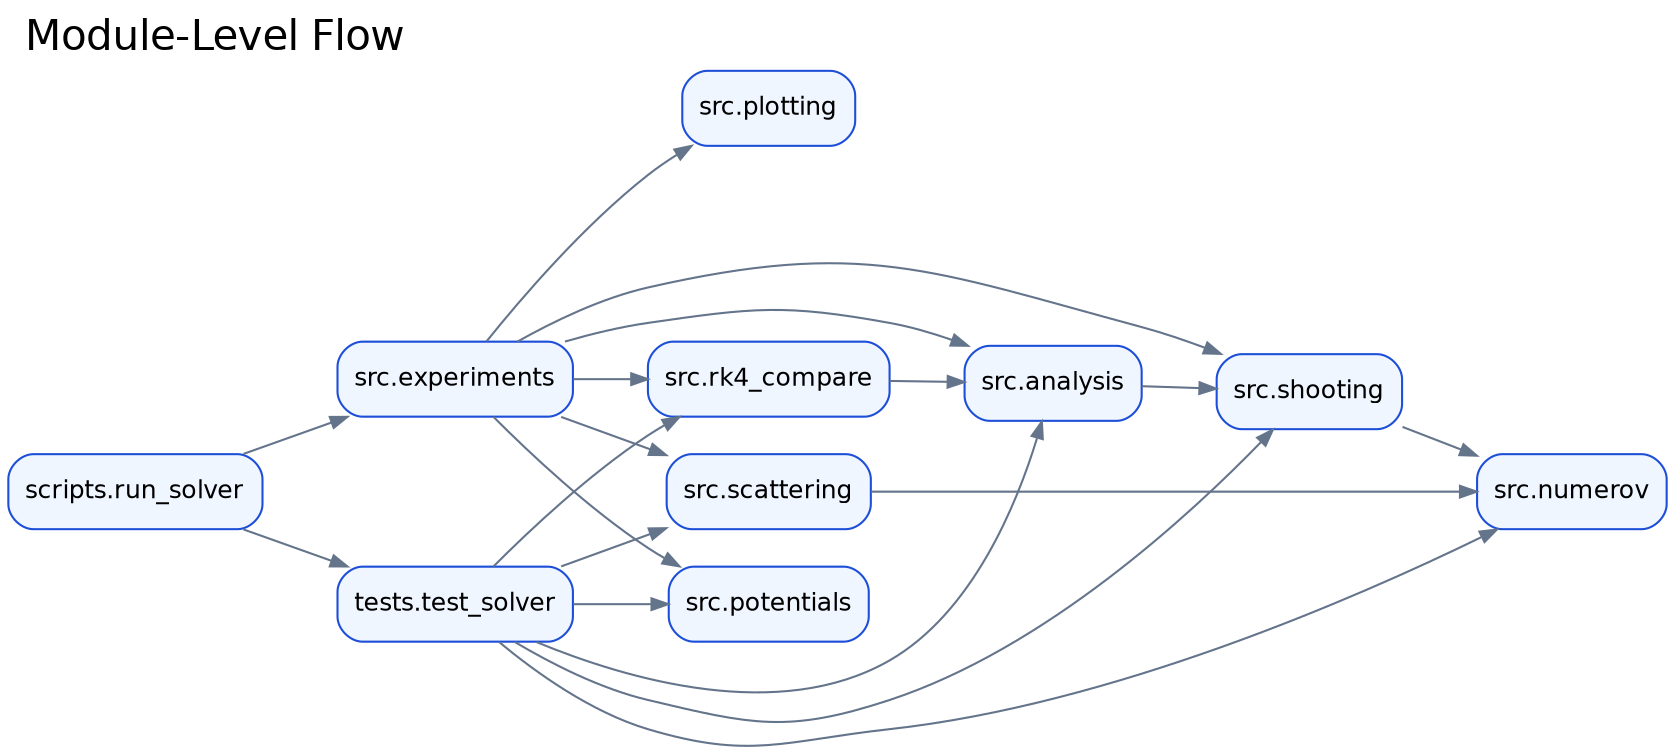
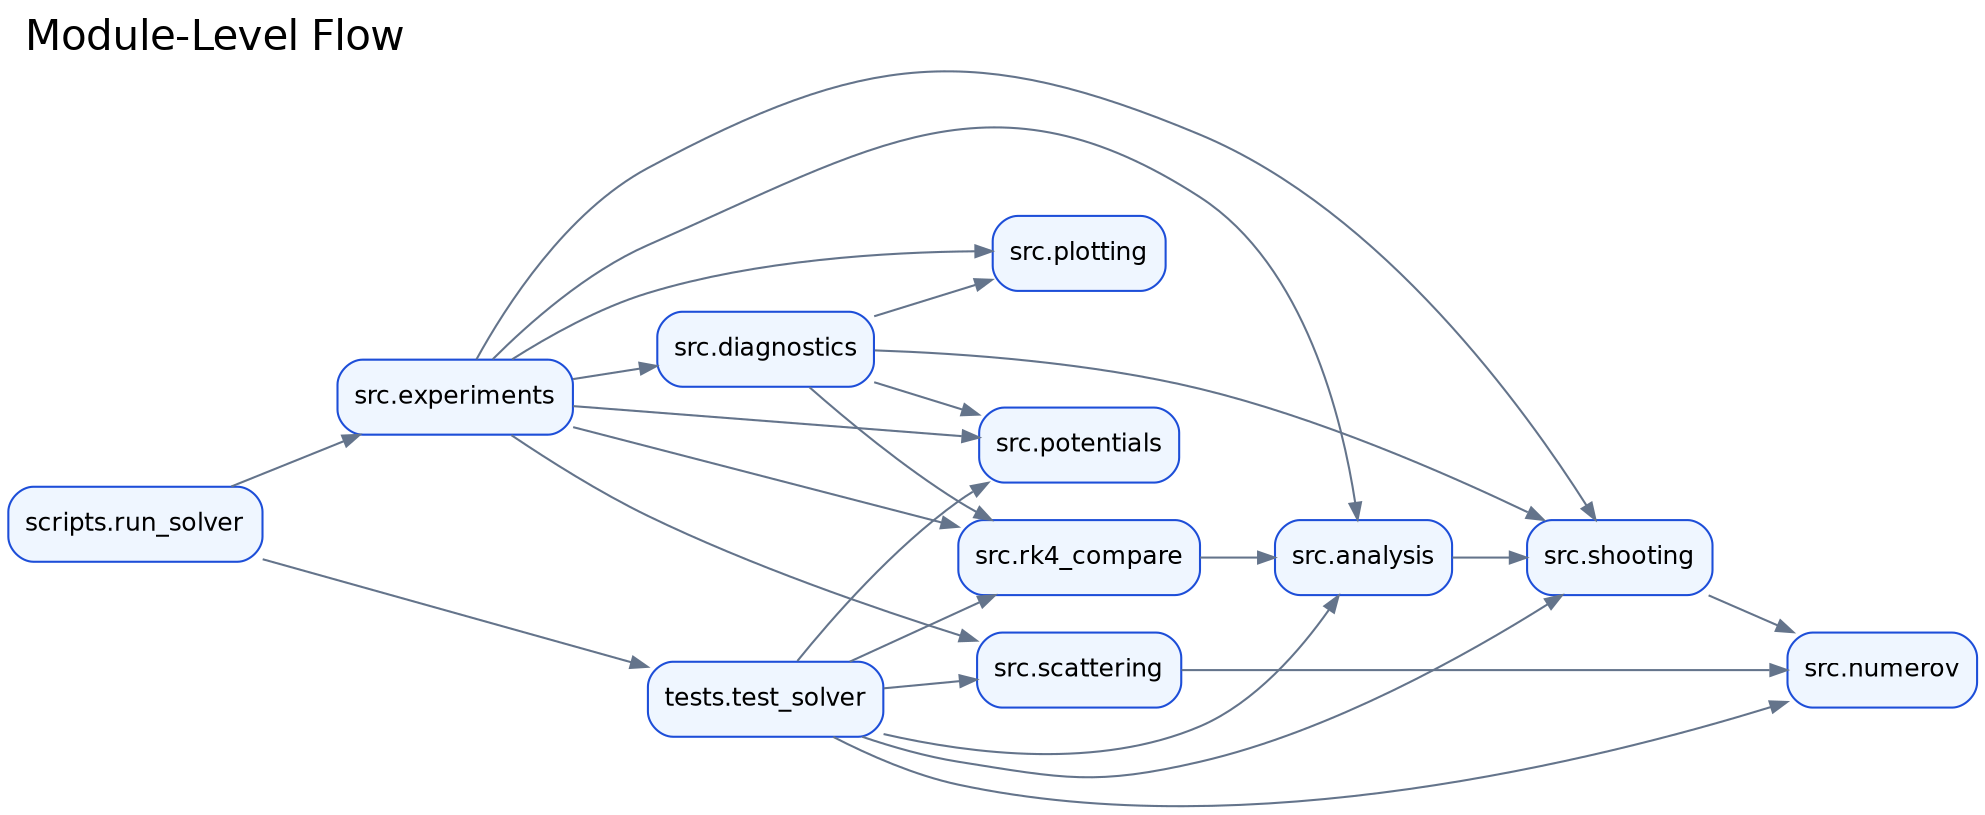
digraph G {
  rankdir="LR";
  graph [labeljust="l", labelloc="t", fontsize=20, fontname="Helvetica"];
  label="Module-Level Flow";
  node [shape=box, style="rounded,filled", fillcolor="#EFF6FF", color="#1D4ED8", fontname="Helvetica", fontsize=12];
  edge [color="#64748B", arrowsize=0.8];
  scripts_run_solver [label="scripts.run_solver"];
  src_analysis [label="src.analysis"];
+   src_diagnostics [label="src.diagnostics"];
  src_experiments [label="src.experiments"];
  src_numerov [label="src.numerov"];
  src_plotting [label="src.plotting"];
  src_potentials [label="src.potentials"];
  src_rk4_compare [label="src.rk4_compare"];
  src_scattering [label="src.scattering"];
  src_shooting [label="src.shooting"];
  tests_test_solver [label="tests.test_solver"];
  scripts_run_solver -> src_experiments;
  scripts_run_solver -> tests_test_solver;
  src_analysis -> src_shooting;
+   src_diagnostics -> src_plotting;
+   src_diagnostics -> src_potentials;
+   src_diagnostics -> src_rk4_compare;
+   src_diagnostics -> src_shooting;
  src_experiments -> src_analysis;
+   src_experiments -> src_diagnostics;
  src_experiments -> src_plotting;
  src_experiments -> src_potentials;
  src_experiments -> src_rk4_compare;
  src_experiments -> src_scattering;
  src_experiments -> src_shooting;
  src_rk4_compare -> src_analysis;
  src_scattering -> src_numerov;
  src_shooting -> src_numerov;
  tests_test_solver -> src_analysis;
  tests_test_solver -> src_numerov;
  tests_test_solver -> src_potentials;
  tests_test_solver -> src_rk4_compare;
  tests_test_solver -> src_scattering;
  tests_test_solver -> src_shooting;
}
